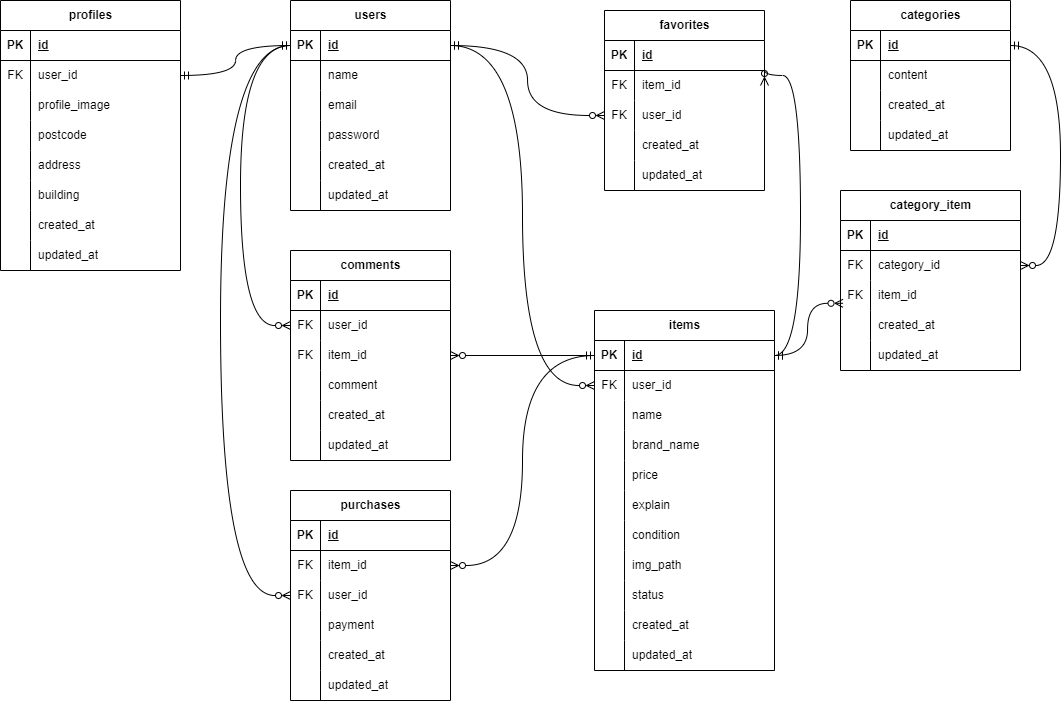
torch29/matsumoto-mogikadai1 keeps this draw.io diagram as ER.drawio.png. Above is the earlier version. Source tidied: cells renumbered, new cells last; positions are measured from the earlier drawing's top-left corner, leaving out a move shared by most shapes.
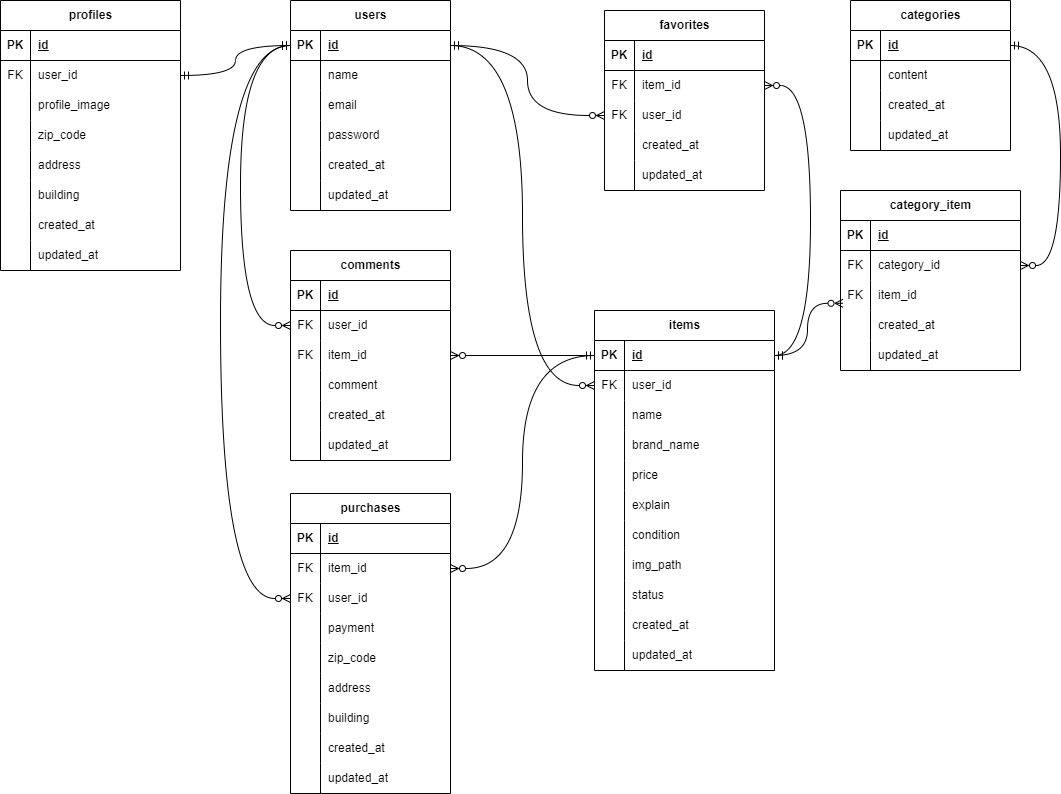
The same diagram one commit later.

Diff of the diagram source:
```diff
@@ -95,7 +95,7 @@
     <mxCell id="32" style="shape=partialRectangle;fillColor=none;top=0;left=0;bottom=0;right=0;overflow=hidden;whiteSpace=wrap;html=1;" parent="31" vertex="1">
       <mxGeometry width="30" height="30" as="geometry" />
     </mxCell>
-    <mxCell id="33" value="postcode" style="shape=partialRectangle;fillColor=none;top=0;left=0;bottom=0;right=0;align=left;spacingLeft=6;overflow=hidden;whiteSpace=wrap;html=1;" parent="31" vertex="1">
+    <mxCell id="33" value="zip_code" style="shape=partialRectangle;fillColor=none;top=0;left=0;bottom=0;right=0;align=left;spacingLeft=6;overflow=hidden;whiteSpace=wrap;html=1;" parent="31" vertex="1">
       <mxGeometry x="30" width="150" height="30" as="geometry" />
     </mxCell>
     <mxCell id="34" style="shape=tableRow;horizontal=0;startSize=0;swimlaneHead=0;swimlaneBody=0;fillColor=none;top=0;left=0;right=0;bottom=0;" parent="21" vertex="1">
@@ -237,7 +237,7 @@
       <mxGeometry x="30" width="150" height="30" as="geometry" />
     </mxCell>
     <mxCell id="80" value="purchases" style="shape=table;startSize=30;rowLines=0;fontStyle=1;align=center;html=1;" parent="1" vertex="1">
-      <mxGeometry x="290" y="490" width="160" height="210" as="geometry" />
+      <mxGeometry x="290" y="493" width="160" height="300" as="geometry" />
     </mxCell>
     <mxCell id="81" style="shape=tableRow;horizontal=0;startSize=0;swimlaneHead=0;swimlaneBody=0;fillColor=none;top=0;left=0;right=0;bottom=1;" parent="80" vertex="1">
       <mxGeometry y="30" width="160" height="30" as="geometry" />
@@ -275,8 +275,35 @@
     <mxCell id="92" value="payment" style="shape=partialRectangle;fillColor=none;top=0;left=0;bottom=0;right=0;align=left;spacingLeft=6;overflow=hidden;whiteSpace=wrap;html=1;" parent="90" vertex="1">
       <mxGeometry x="30" width="130" height="30" as="geometry" />
     </mxCell>
+    <mxCell id="174" style="shape=tableRow;horizontal=0;startSize=0;swimlaneHead=0;swimlaneBody=0;fillColor=none;top=0;left=0;right=0;bottom=0;" parent="80" vertex="1">
+      <mxGeometry y="150" width="160" height="30" as="geometry" />
+    </mxCell>
+    <mxCell id="175" style="shape=partialRectangle;fillColor=none;top=0;left=0;bottom=0;right=0;overflow=hidden;whiteSpace=wrap;html=1;" parent="174" vertex="1">
+      <mxGeometry width="30" height="30" as="geometry" />
+    </mxCell>
+    <mxCell id="176" value="zip_code" style="shape=partialRectangle;fillColor=none;top=0;left=0;bottom=0;right=0;align=left;spacingLeft=6;overflow=hidden;whiteSpace=wrap;html=1;" parent="174" vertex="1">
+      <mxGeometry x="30" width="130" height="30" as="geometry" />
+    </mxCell>
+    <mxCell id="177" style="shape=tableRow;horizontal=0;startSize=0;swimlaneHead=0;swimlaneBody=0;fillColor=none;top=0;left=0;right=0;bottom=0;" parent="80" vertex="1">
+      <mxGeometry y="180" width="160" height="30" as="geometry" />
+    </mxCell>
+    <mxCell id="178" style="shape=partialRectangle;fillColor=none;top=0;left=0;bottom=0;right=0;overflow=hidden;whiteSpace=wrap;html=1;" parent="177" vertex="1">
+      <mxGeometry width="30" height="30" as="geometry" />
+    </mxCell>
+    <mxCell id="179" value="address" style="shape=partialRectangle;fillColor=none;top=0;left=0;bottom=0;right=0;align=left;spacingLeft=6;overflow=hidden;whiteSpace=wrap;html=1;" parent="177" vertex="1">
+      <mxGeometry x="30" width="130" height="30" as="geometry" />
+    </mxCell>
+    <mxCell id="180" style="shape=tableRow;horizontal=0;startSize=0;swimlaneHead=0;swimlaneBody=0;fillColor=none;top=0;left=0;right=0;bottom=0;" parent="80" vertex="1">
+      <mxGeometry y="210" width="160" height="30" as="geometry" />
+    </mxCell>
+    <mxCell id="181" style="shape=partialRectangle;fillColor=none;top=0;left=0;bottom=0;right=0;overflow=hidden;whiteSpace=wrap;html=1;" parent="180" vertex="1">
+      <mxGeometry width="30" height="30" as="geometry" />
+    </mxCell>
+    <mxCell id="182" value="building" style="shape=partialRectangle;fillColor=none;top=0;left=0;bottom=0;right=0;align=left;spacingLeft=6;overflow=hidden;whiteSpace=wrap;html=1;" parent="180" vertex="1">
+      <mxGeometry x="30" width="130" height="30" as="geometry" />
+    </mxCell>
     <mxCell id="93" style="shape=tableRow;horizontal=0;startSize=0;swimlaneHead=0;swimlaneBody=0;fillColor=none;top=0;left=0;right=0;bottom=0;" parent="80" vertex="1">
-      <mxGeometry y="150" width="160" height="30" as="geometry" />
+      <mxGeometry y="240" width="160" height="30" as="geometry" />
     </mxCell>
     <mxCell id="94" style="shape=partialRectangle;fillColor=none;top=0;left=0;bottom=0;right=0;overflow=hidden;whiteSpace=wrap;html=1;" parent="93" vertex="1">
       <mxGeometry width="30" height="30" as="geometry" />
@@ -285,7 +312,7 @@
       <mxGeometry x="30" width="130" height="30" as="geometry" />
     </mxCell>
     <mxCell id="96" style="shape=tableRow;horizontal=0;startSize=0;swimlaneHead=0;swimlaneBody=0;fillColor=none;top=0;left=0;right=0;bottom=0;" parent="80" vertex="1">
-      <mxGeometry y="180" width="160" height="30" as="geometry" />
+      <mxGeometry y="270" width="160" height="30" as="geometry" />
     </mxCell>
     <mxCell id="97" style="shape=partialRectangle;fillColor=none;top=0;left=0;bottom=0;right=0;overflow=hidden;whiteSpace=wrap;html=1;" parent="96" vertex="1">
       <mxGeometry width="30" height="30" as="geometry" />
@@ -509,35 +536,35 @@
     <mxCell id="168" style="edgeStyle=orthogonalEdgeStyle;html=1;exitX=0;exitY=0.5;exitDx=0;exitDy=0;entryX=1;entryY=0.5;entryDx=0;entryDy=0;curved=1;endArrow=ERzeroToMany;endFill=0;" parent="1" edge="1" source="47" target="84">
       <mxGeometry relative="1" as="geometry" />
     </mxCell>
-    <mxCell id="169" style="edgeStyle=orthogonalEdgeStyle;html=1;exitX=0;exitY=0.5;exitDx=0;exitDy=0;entryX=0;entryY=0.5;entryDx=0;entryDy=0;curved=1;endArrow=ERzeroToMany;endFill=0;" parent="1" edge="1" source="3" target="87">
-      <mxGeometry relative="1" as="geometry">
-        <Array as="points">
-          <mxPoint x="220" y="45" />
-          <mxPoint x="220" y="595" />
-        </Array>
-      </mxGeometry>
-    </mxCell>
     <mxCell id="170" style="edgeStyle=orthogonalEdgeStyle;html=1;exitX=0;exitY=0.5;exitDx=0;exitDy=0;entryX=1;entryY=0.5;entryDx=0;entryDy=0;curved=1;startArrow=ERmandOne;startFill=0;endArrow=ERmandOne;endFill=0;" parent="1" edge="1" source="3" target="25">
       <mxGeometry relative="1" as="geometry" />
     </mxCell>
     <mxCell id="171" style="edgeStyle=orthogonalEdgeStyle;html=1;exitX=1;exitY=0.5;exitDx=0;exitDy=0;entryX=0;entryY=0.5;entryDx=0;entryDy=0;curved=1;startArrow=ERmandOne;startFill=0;endArrow=ERzeroToMany;endFill=0;" parent="1" edge="1" source="3" target="120">
       <mxGeometry relative="1" as="geometry" />
     </mxCell>
+    <mxCell id="173" style="edgeStyle=orthogonalEdgeStyle;html=1;exitX=1;exitY=0.5;exitDx=0;exitDy=0;entryX=1;entryY=0.5;entryDx=0;entryDy=0;curved=1;startArrow=ERmandOne;startFill=0;endArrow=ERzeroToMany;endFill=0;" parent="1" edge="1" source="100" target="155">
+      <mxGeometry relative="1" as="geometry">
+        <Array as="points">
+          <mxPoint x="1060" y="45" />
+          <mxPoint x="1060" y="265" />
+        </Array>
+      </mxGeometry>
+    </mxCell>
-    <mxCell id="172" style="edgeStyle=orthogonalEdgeStyle;html=1;exitX=1;exitY=0.5;exitDx=0;exitDy=0;entryX=1;entryY=0.5;entryDx=0;entryDy=0;startArrow=ERmandOne;startFill=0;endArrow=ERzeroToMany;endFill=0;curved=1;" parent="1" edge="1" source="47" target="117">
+    <mxCell id="172" style="edgeStyle=orthogonalEdgeStyle;html=1;exitX=1;exitY=0.5;exitDx=0;exitDy=0;entryX=1;entryY=0.5;entryDx=0;entryDy=0;curved=1;endArrow=ERzeroToMany;endFill=0;startArrow=ERmandOne;startFill=0;" parent="1" edge="1" source="47" target="117">
       <mxGeometry relative="1" as="geometry">
         <Array as="points">
-          <mxPoint x="800" y="355" />
-          <mxPoint x="800" y="75" />
+          <mxPoint x="810" y="355" />
+          <mxPoint x="810" y="85" />
         </Array>
       </mxGeometry>
     </mxCell>
-    <mxCell id="173" style="edgeStyle=orthogonalEdgeStyle;html=1;exitX=1;exitY=0.5;exitDx=0;exitDy=0;entryX=1;entryY=0.5;entryDx=0;entryDy=0;curved=1;startArrow=ERmandOne;startFill=0;endArrow=ERzeroToMany;endFill=0;" parent="1" edge="1" source="100" target="155">
-      <mxGeometry relative="1" as="geometry">
-        <Array as="points">
-          <mxPoint x="1060" y="45" />
-          <mxPoint x="1060" y="265" />
-        </Array>
-      </mxGeometry>
-    </mxCell>
+    <mxCell id="169" style="edgeStyle=orthogonalEdgeStyle;html=1;exitX=0;exitY=0.5;exitDx=0;exitDy=0;entryX=0;entryY=0.5;entryDx=0;entryDy=0;curved=1;endArrow=ERzeroToMany;endFill=0;startArrow=ERmandOne;startFill=0;" parent="1" edge="1" source="3" target="87">
+      <mxGeometry relative="1" as="geometry">
+        <Array as="points">
+          <mxPoint x="220" y="45" />
+          <mxPoint x="220" y="598" />
+        </Array>
+      </mxGeometry>
+    </mxCell>
   </root>
 </mxGraphModel>
```
